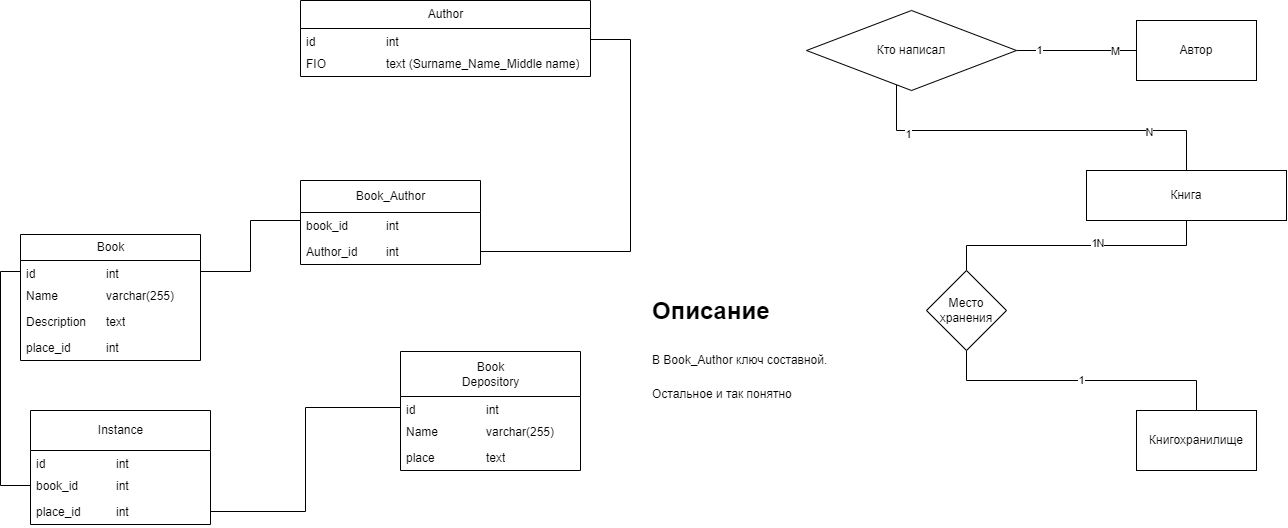
Before: ER_model/Correct_ER_model.png, a diagram exported from draw.io (Andrhan04/DataBase). Source tidied: cells renumbered, new cells last; positions are measured from the earlier drawing's top-left corner, leaving out a move shared by most shapes.
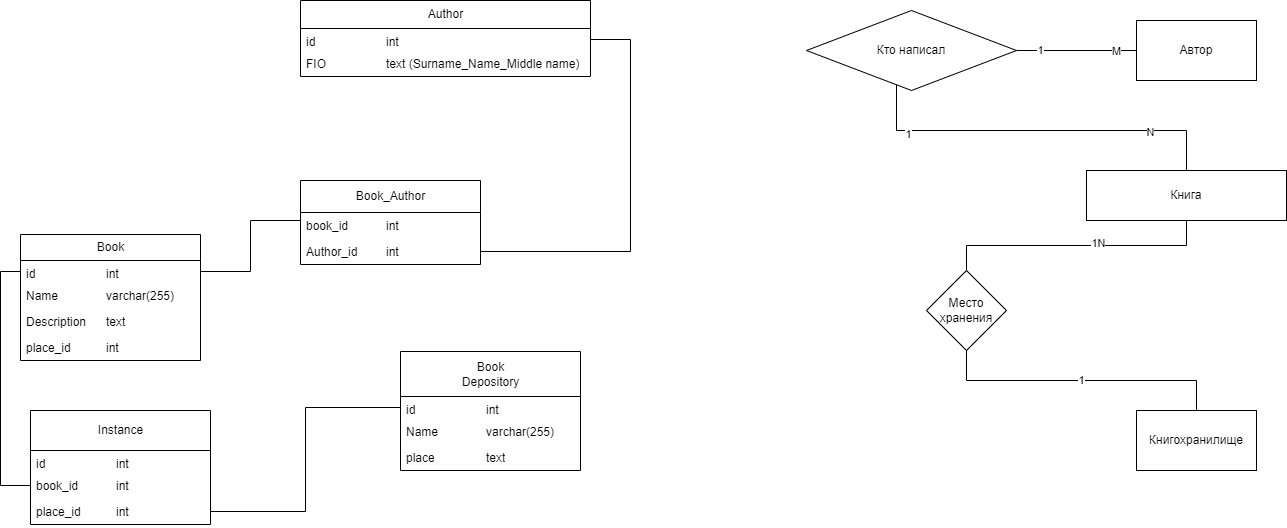
The same diagram one commit later.

What changed in the source:
```diff
@@ -126,9 +126,6 @@
         </Array>
       </mxGeometry>
     </mxCell>
-    <mxCell id="35" value="&lt;h1 style=&quot;margin-top: 0px;&quot;&gt;&lt;span style=&quot;background-color: initial;&quot;&gt;Описание&lt;/span&gt;&lt;/h1&gt;&lt;h1 style=&quot;margin-top: 0px;&quot;&gt;&lt;span style=&quot;background-color: initial; font-size: 12px; font-weight: normal;&quot;&gt;В Book_Author ключ составной.&lt;/span&gt;&lt;br&gt;&lt;/h1&gt;&lt;div&gt;&lt;span style=&quot;background-color: initial; font-size: 12px; font-weight: normal;&quot;&gt;Остальное и так понятно&lt;/span&gt;&lt;/div&gt;&lt;div&gt;&lt;span style=&quot;background-color: initial; font-size: 12px; font-weight: normal;&quot;&gt;&lt;br&gt;&lt;/span&gt;&lt;/div&gt;" style="text;html=1;whiteSpace=wrap;overflow=hidden;rounded=0;" parent="1" vertex="1">
-      <mxGeometry x="630" y="290" width="180" height="120" as="geometry" />
-    </mxCell>
     <mxCell id="36" value="Instance" style="swimlane;fontStyle=0;horizontal=1;startSize=40;fillColor=none;html=1;" parent="1" vertex="1">
       <mxGeometry x="10" y="410" width="180" height="114" as="geometry" />
     </mxCell>
```
